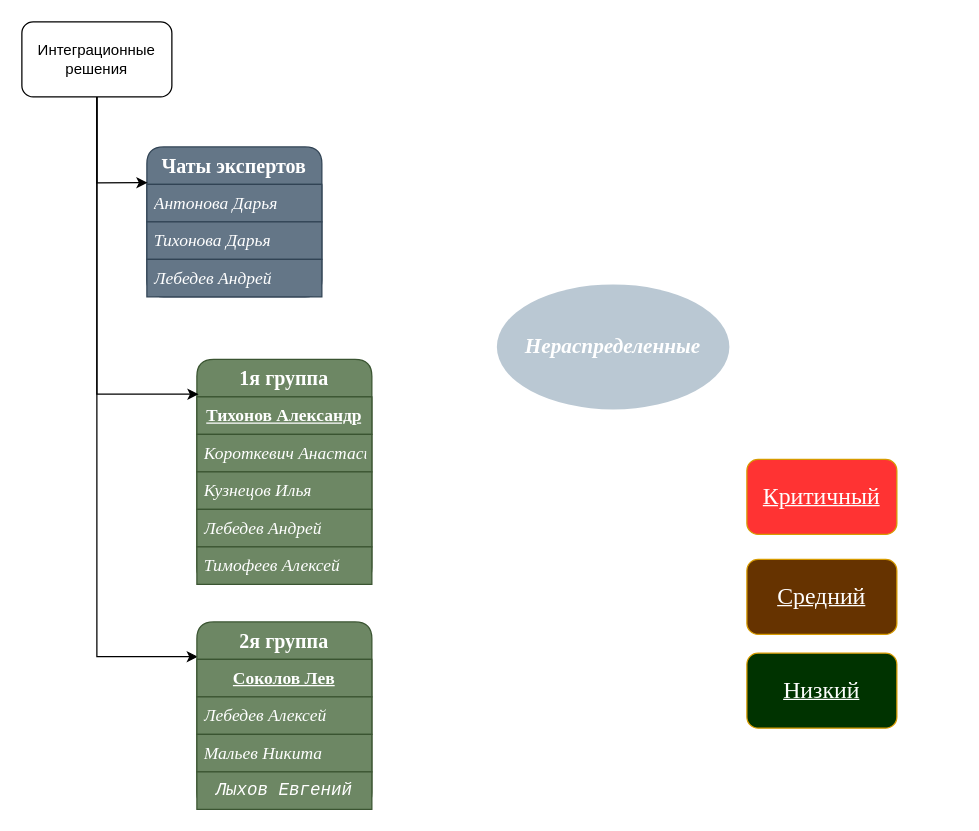
Above: Диаграмма без названия.drawio in Anhalar/KF_Project (draw.io), before the change. Source tidied: cells renumbered, new cells numbered last; positions are measured from the earlier drawing's top-left corner, leaving out a move shared by most shapes. Both pictures are drawn from the tidied source at 125%, with x=0, y=0 at pixel (21, 21).
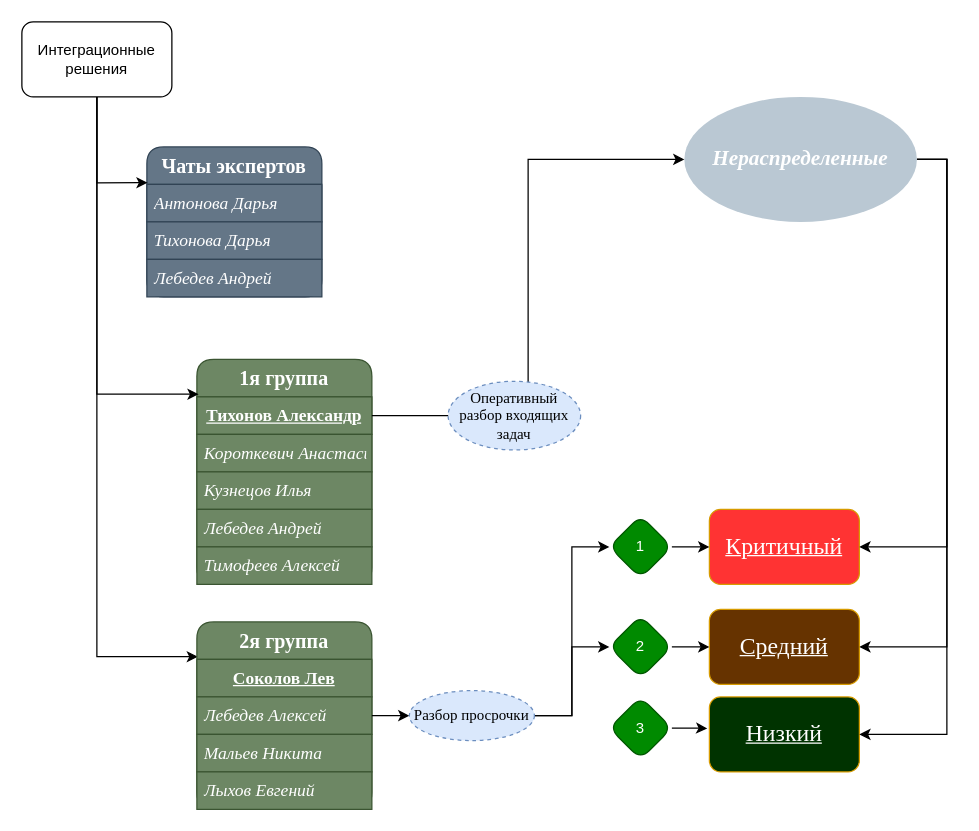
The same diagram, later.

Unchanged cells that the change refers to:
```xml
<mxCell id="9" value="&lt;div style=&quot;font-size: 14px; line-height: 21px; white-space: pre;&quot;&gt;&lt;div style=&quot;line-height: 21px;&quot;&gt;&lt;span style=&quot;&quot;&gt;Тихонов Александр&lt;/span&gt;&lt;/div&gt;&lt;/div&gt;" style="text;strokeColor=#3A5431;fillColor=#6d8764;align=center;verticalAlign=middle;spacingLeft=4;spacingRight=4;overflow=hidden;points=[[0,0.5],[1,0.5]];portConstraint=eastwest;whiteSpace=wrap;html=1;labelBackgroundColor=none;fontColor=#ffffff;labelBorderColor=none;fontFamily=Times New Roman;fontStyle=5;" parent="8" vertex="1">
  <mxGeometry y="30" width="140" height="30" as="geometry" />
</mxCell>
<mxCell id="14" value="&lt;div style=&quot;font-size: 16px; line-height: 21px; white-space: pre;&quot;&gt;&lt;span style=&quot;font-size: 16px;&quot;&gt;2я группа&lt;/span&gt;&lt;/div&gt;" style="swimlane;fontStyle=1;horizontal=1;startSize=30;whiteSpace=wrap;html=1;fillColor=#6d8764;strokeColor=#3A5431;swimlaneFillColor=none;rounded=1;shadow=0;glass=0;fillStyle=solid;labelBorderColor=none;labelBackgroundColor=none;fontSize=16;fontFamily=Times New Roman;fontColor=#ffffff;align=center;" parent="1" vertex="1">
  <mxGeometry x="140" y="480" width="140" height="150" as="geometry" />
</mxCell>
```

What changed in the source:
```diff
@@
-    <mxCell id="18" value="&lt;div style=&quot;line-height: 21px;&quot;&gt;&lt;div style=&quot;line-height: 21px;&quot;&gt;&lt;font face=&quot;JetBrains Mono, Consolas, Courier New, monospace&quot;&gt;&lt;span style=&quot;font-size: 14px; white-space: pre;&quot;&gt;Лыхов Евгений&lt;/span&gt;&lt;/font&gt;&lt;/div&gt;&lt;/div&gt;" style="text;strokeColor=#3A5431;fillColor=#6d8764;align=center;verticalAlign=middle;spacingLeft=4;spacingRight=4;overflow=hidden;whiteSpace=wrap;html=1;fontStyle=2;labelBackgroundColor=none;labelBorderColor=none;fontColor=#ffffff;" parent="14" vertex="1">
+    <mxCell id="18" value="&lt;div style=&quot;line-height: 21px;&quot;&gt;&lt;div style=&quot;line-height: 21px;&quot;&gt;&lt;font&gt;&lt;span style=&quot;font-size: 14px; white-space: pre;&quot;&gt;Лыхов Евгений&lt;/span&gt;&lt;/font&gt;&lt;/div&gt;&lt;/div&gt;" style="text;strokeColor=#3A5431;fillColor=#6d8764;align=left;verticalAlign=middle;spacingLeft=4;spacingRight=4;overflow=hidden;whiteSpace=wrap;html=1;fontStyle=2;labelBackgroundColor=none;labelBorderColor=none;fontColor=#ffffff;fontFamily=Times New Roman;" parent="14" vertex="1">
       <mxGeometry y="120" width="140" height="30" as="geometry" />
     </mxCell>
@@
     <mxCell id="21" value="Критичный" style="rounded=1;whiteSpace=wrap;html=1;shadow=0;glass=0;strokeColor=#d79b00;align=center;verticalAlign=middle;swimlaneFillColor=none;fontFamily=Times New Roman;fontSize=19;fontStyle=4;fillColor=#FF3333;labelBackgroundColor=none;fontColor=#FFFFFF;" parent="1" vertex="1">
-      <mxGeometry x="580" y="350" width="120" height="60" as="geometry" />
+      <mxGeometry x="550" y="390" width="120" height="60" as="geometry" />
     </mxCell>
     <mxCell id="22" value="Средний" style="rounded=1;whiteSpace=wrap;html=1;shadow=0;glass=0;strokeColor=#d79b00;align=center;verticalAlign=middle;swimlaneFillColor=none;fontFamily=Times New Roman;fontSize=19;fontStyle=4;fillColor=#663300;labelBackgroundColor=none;fontColor=#FFFFFF;" parent="1" vertex="1">
-      <mxGeometry x="580" y="430" width="120" height="60" as="geometry" />
+      <mxGeometry x="550" y="470" width="120" height="60" as="geometry" />
     </mxCell>
     <mxCell id="23" value="Низкий" style="rounded=1;whiteSpace=wrap;html=1;shadow=0;glass=0;strokeColor=#d79b00;align=center;verticalAlign=middle;swimlaneFillColor=none;fontFamily=Times New Roman;fontSize=19;fontStyle=4;fillColor=#003300;labelBackgroundColor=none;fontColor=#FFFFFF;" parent="1" vertex="1">
-      <mxGeometry x="580" y="505" width="120" height="60" as="geometry" />
+      <mxGeometry x="550" y="540" width="120" height="60" as="geometry" />
     </mxCell>
+    <mxCell id="25" style="edgeStyle=orthogonalEdgeStyle;rounded=0;jettySize=auto;html=1;entryX=1;entryY=0.5;entryDx=0;entryDy=0;fontFamily=Helvetica;fontSize=12;fontColor=default;fontStyle=0;exitX=1;exitY=0.5;exitDx=0;exitDy=0;" parent="1" edge="1" source="24" target="21">
+      <mxGeometry relative="1" as="geometry">
+        <Array as="points">
+          <mxPoint x="740" y="110" />
+          <mxPoint x="740" y="420" />
+        </Array>
+      </mxGeometry>
+    </mxCell>
+    <mxCell id="26" style="edgeStyle=orthogonalEdgeStyle;rounded=0;jettySize=auto;html=1;exitX=1;exitY=0.5;exitDx=0;exitDy=0;entryX=1;entryY=0.5;entryDx=0;entryDy=0;fontFamily=Helvetica;fontSize=12;fontColor=default;fontStyle=0;" parent="1" edge="1" source="24" target="22">
+      <mxGeometry relative="1" as="geometry">
+        <Array as="points">
+          <mxPoint x="740" y="110" />
+          <mxPoint x="740" y="500" />
+        </Array>
+      </mxGeometry>
+    </mxCell>
+    <mxCell id="27" style="edgeStyle=orthogonalEdgeStyle;rounded=0;jettySize=auto;html=1;fontFamily=Helvetica;fontSize=12;fontColor=default;fontStyle=0;entryX=1;entryY=0.5;entryDx=0;entryDy=0;" parent="1" edge="1" source="24" target="23">
+      <mxGeometry relative="1" as="geometry">
+        <Array as="points">
+          <mxPoint x="740" y="110" />
+          <mxPoint x="740" y="570" />
+        </Array>
+      </mxGeometry>
+    </mxCell>
     <mxCell id="24" value="&lt;font style=&quot;font-size: 17px;&quot;&gt;Нераспределенные&lt;/font&gt;" style="ellipse;whiteSpace=wrap;html=1;rounded=1;shadow=0;glass=0;strokeColor=none;align=center;verticalAlign=middle;swimlaneFillColor=none;fontFamily=Times New Roman;fontSize=17;fontStyle=3;fillColor=#bac8d3;fontColor=#FFFFFF;" parent="1" vertex="1">
-      <mxGeometry x="380" y="210" width="186" height="100" as="geometry" />
+      <mxGeometry x="530" y="60" width="186" height="100" as="geometry" />
     </mxCell>
+    <mxCell id="28" style="edgeStyle=orthogonalEdgeStyle;rounded=0;jettySize=auto;html=1;entryX=0;entryY=0.5;entryDx=0;entryDy=0;fontFamily=Helvetica;fontSize=12;fontColor=default;fontStyle=0;" parent="1" edge="1" source="9" target="24">
+      <mxGeometry relative="1" as="geometry" />
+    </mxCell>
+    <mxCell id="29" style="edgeStyle=orthogonalEdgeStyle;rounded=0;jettySize=auto;html=1;entryX=0;entryY=0.5;entryDx=0;entryDy=0;fontFamily=Helvetica;fontSize=12;fontColor=default;fontStyle=0;" parent="1" edge="1" source="31" target="21">
+      <mxGeometry relative="1" as="geometry" />
+    </mxCell>
+    <mxCell id="30" value="&lt;font&gt;Оперативный разбор входящих задач&lt;/font&gt;" style="ellipse;whiteSpace=wrap;html=1;align=center;dashed=1;rounded=1;shadow=0;glass=0;strokeColor=#6c8ebf;verticalAlign=middle;swimlaneFillColor=none;fontFamily=Times New Roman;fontSize=12;fontStyle=0;fillColor=#dae8fc;" parent="1" vertex="1">
+      <mxGeometry x="341" y="287.5" width="106" height="55" as="geometry" />
+    </mxCell>
+    <mxCell id="31" value="1" style="shape=rhombus;perimeter=rhombusPerimeter;whiteSpace=wrap;html=1;align=center;rounded=1;shadow=0;glass=0;strokeColor=#005700;verticalAlign=middle;swimlaneFillColor=none;fontFamily=Helvetica;fontSize=12;fontColor=#ffffff;fontStyle=0;fillColor=#008a00;" parent="1" vertex="1">
+      <mxGeometry x="470" y="395" width="50" height="50" as="geometry" />
+    </mxCell>
+    <mxCell id="32" value="3" style="shape=rhombus;perimeter=rhombusPerimeter;whiteSpace=wrap;html=1;align=center;rounded=1;shadow=0;glass=0;strokeColor=#005700;verticalAlign=middle;swimlaneFillColor=none;fontFamily=Helvetica;fontSize=12;fontColor=#ffffff;fontStyle=0;fillColor=#008a00;" parent="1" vertex="1">
+      <mxGeometry x="470" y="540" width="50" height="50" as="geometry" />
+    </mxCell>
+    <mxCell id="33" style="edgeStyle=orthogonalEdgeStyle;rounded=0;jettySize=auto;html=1;entryX=-0.014;entryY=0.422;entryDx=0;entryDy=0;entryPerimeter=0;fontFamily=Helvetica;fontSize=12;fontColor=default;fontStyle=0;" parent="1" edge="1" source="32" target="23">
+      <mxGeometry relative="1" as="geometry" />
+    </mxCell>
+    <mxCell id="34" style="edgeStyle=orthogonalEdgeStyle;rounded=0;jettySize=auto;html=1;entryX=0;entryY=0.5;entryDx=0;entryDy=0;fontFamily=Helvetica;fontSize=12;fontColor=default;fontStyle=0;" parent="1" edge="1" source="39" target="36">
+      <mxGeometry relative="1" as="geometry">
+        <Array as="points">
+          <mxPoint x="440" y="555" />
+          <mxPoint x="440" y="500" />
+        </Array>
+      </mxGeometry>
+    </mxCell>
+    <mxCell id="35" style="edgeStyle=orthogonalEdgeStyle;rounded=0;jettySize=auto;html=1;entryX=0;entryY=0.5;entryDx=0;entryDy=0;fontFamily=Helvetica;fontSize=12;fontColor=default;fontStyle=0;" parent="1" edge="1" source="36" target="22">
+      <mxGeometry relative="1" as="geometry" />
+    </mxCell>
+    <mxCell id="36" value="2" style="shape=rhombus;perimeter=rhombusPerimeter;whiteSpace=wrap;html=1;align=center;rounded=1;shadow=0;glass=0;strokeColor=#005700;verticalAlign=middle;swimlaneFillColor=none;fontFamily=Helvetica;fontSize=12;fontColor=#ffffff;fontStyle=0;fillColor=#008a00;" parent="1" vertex="1">
+      <mxGeometry x="470" y="475" width="50" height="50" as="geometry" />
+    </mxCell>
+    <mxCell id="37" style="edgeStyle=orthogonalEdgeStyle;rounded=0;jettySize=auto;html=1;entryX=0;entryY=0.5;entryDx=0;entryDy=0;fontFamily=Helvetica;fontSize=12;fontColor=default;fontStyle=0;" parent="1" edge="1" source="14" target="39">
+      <mxGeometry relative="1" as="geometry" />
+    </mxCell>
+    <mxCell id="38" style="edgeStyle=orthogonalEdgeStyle;rounded=0;jettySize=auto;html=1;entryX=0;entryY=0.5;entryDx=0;entryDy=0;fontFamily=Helvetica;fontSize=12;fontColor=default;fontStyle=0;" parent="1" edge="1" source="39" target="31">
+      <mxGeometry relative="1" as="geometry" />
+    </mxCell>
+    <mxCell id="39" value="Разбор просрочки" style="ellipse;whiteSpace=wrap;html=1;align=center;dashed=1;rounded=1;shadow=0;glass=0;strokeColor=#6c8ebf;verticalAlign=middle;swimlaneFillColor=none;fontFamily=Times New Roman;fontSize=12;fontStyle=0;fillColor=#dae8fc;" parent="1" vertex="1">
+      <mxGeometry x="310" y="535" width="100" height="40" as="geometry" />
+    </mxCell>
```
